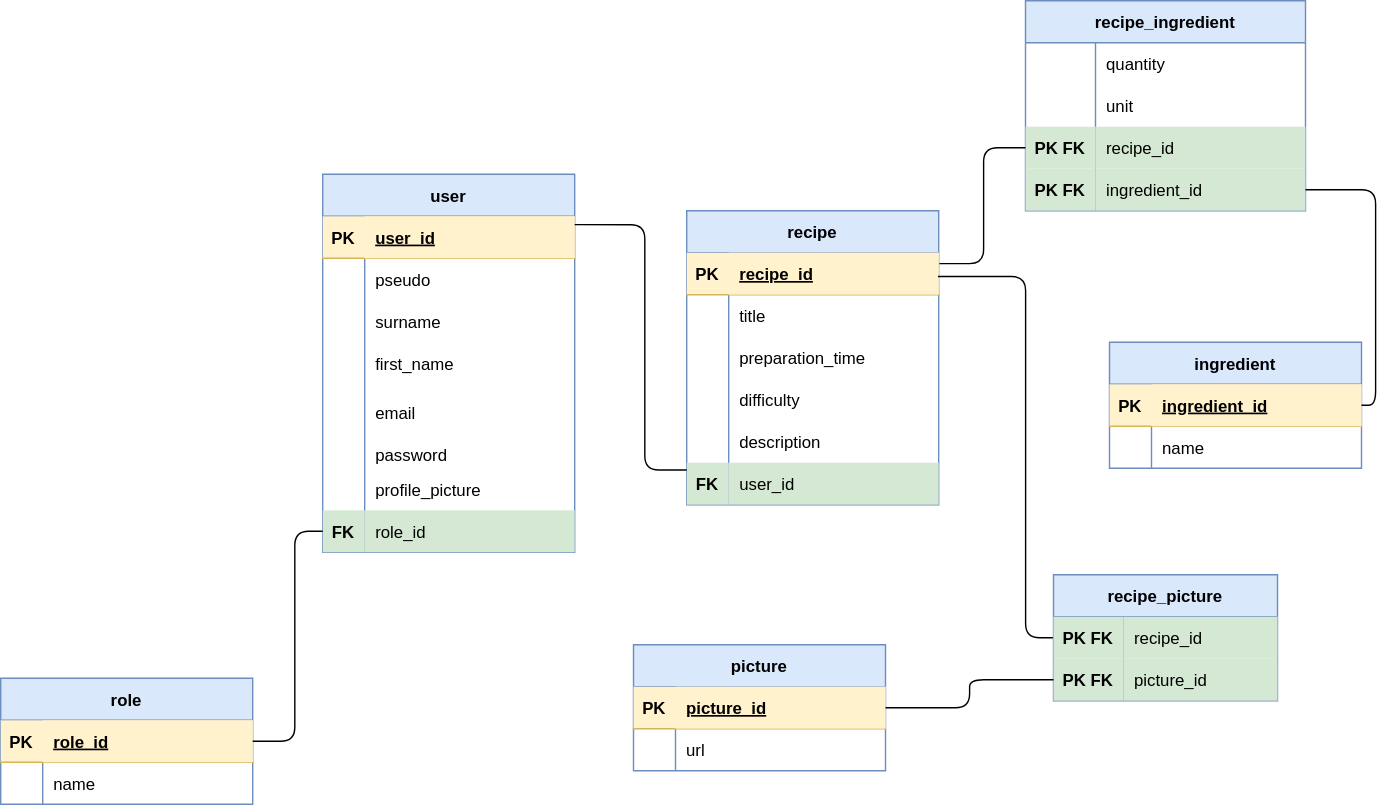
This is code/server/merise/MLD_le_reseau_des_gourmets.drawio.svg from TigerSnowy/le_reseau_des_gourmets, a draw.io export, as it was before one commit. Source tidied: cells renumbered, new cells last; positions are measured from the earlier drawing's top-left corner, leaving out a move shared by most shapes.
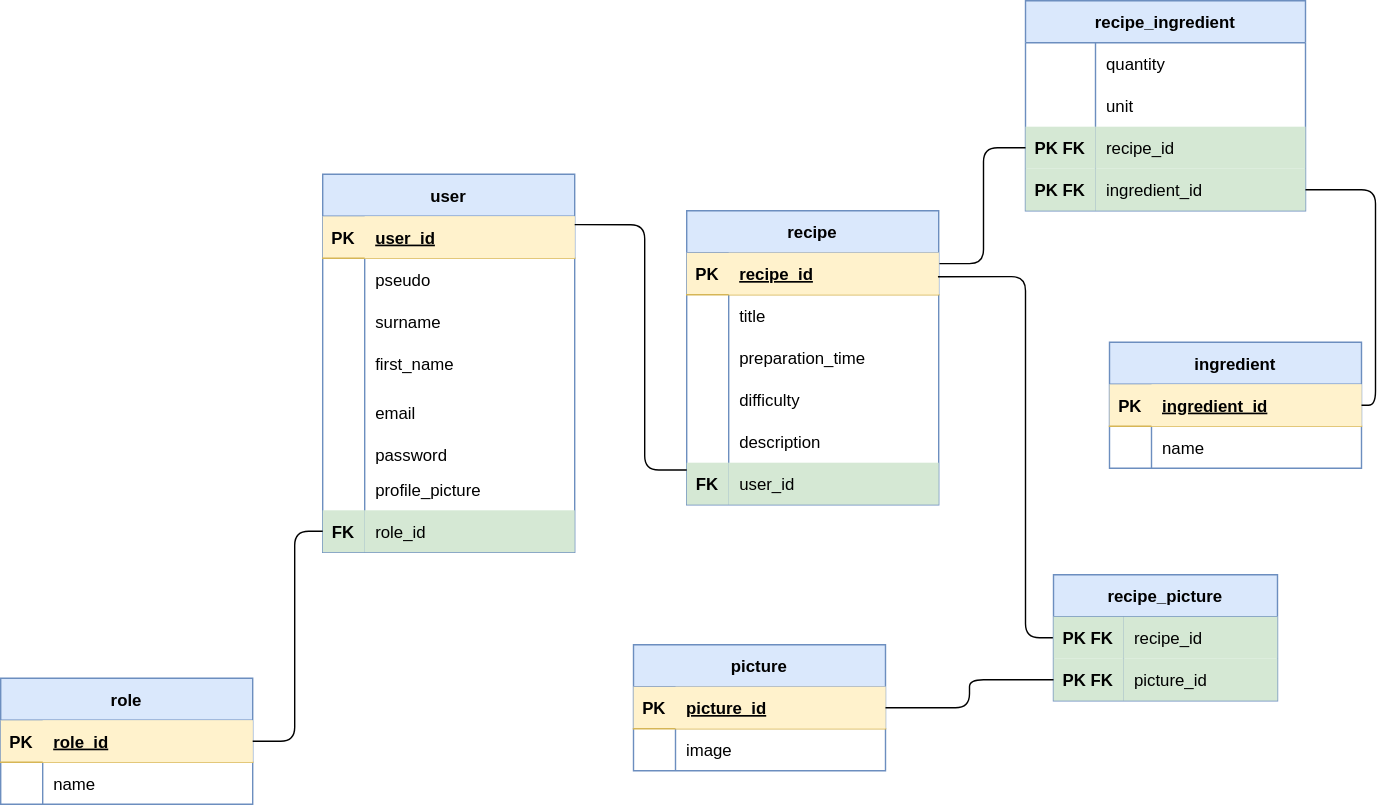
After the change.

Change to the diagram source:
```diff
@@ -190,7 +190,7 @@
     <mxCell id="60" style="shape=partialRectangle;fillColor=none;top=0;left=0;bottom=0;right=0;overflow=hidden;" parent="59" vertex="1">
       <mxGeometry width="30" height="30" as="geometry" />
     </mxCell>
-    <mxCell id="61" value="url" style="shape=partialRectangle;fillColor=none;top=0;left=0;bottom=0;right=0;align=left;spacingLeft=6;overflow=hidden;" parent="59" vertex="1">
+    <mxCell id="61" value="image" style="shape=partialRectangle;fillColor=none;top=0;left=0;bottom=0;right=0;align=left;spacingLeft=6;overflow=hidden;" parent="59" vertex="1">
       <mxGeometry x="30" width="150" height="30" as="geometry" />
     </mxCell>
     <mxCell id="62" value="ingredient" style="shape=table;startSize=30;rowLines=0;fontStyle=1;align=center;swimlaneFillColor=default;fillColor=#dae8fc;strokeColor=#6c8ebf;" parent="1" vertex="1">
```
